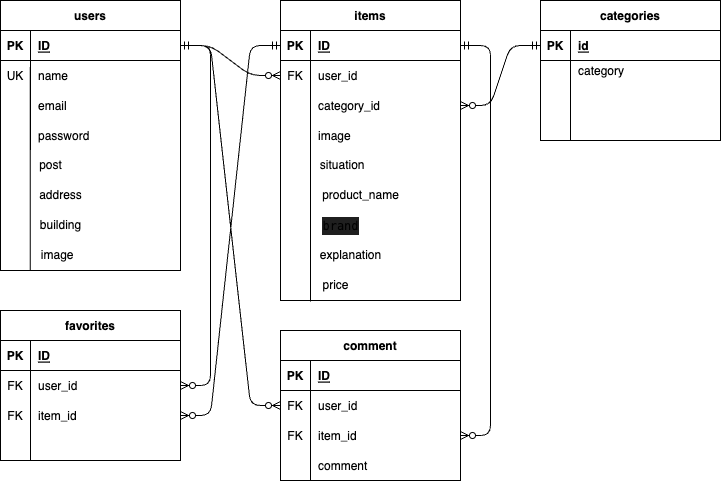
riechii/coachtech_furima keeps this draw.io diagram as src/public/image/index.drawio.png. Above is the earlier version. Source tidied: cells renumbered, new cells last; positions are measured from the earlier drawing's top-left corner, leaving out a move shared by most shapes.
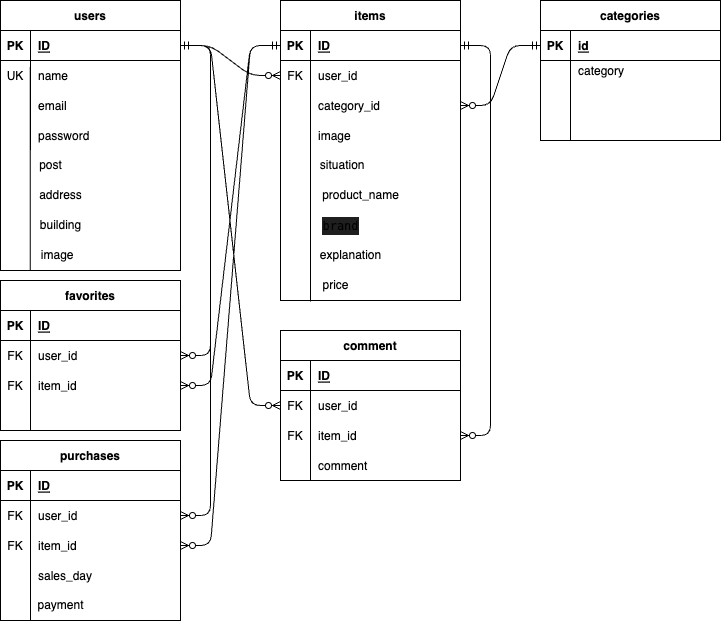
Above is the later version.

What changed in the source:
```diff
@@ -138,7 +138,7 @@
       <mxGeometry x="30" width="150" height="30" as="geometry" />
     </mxCell>
     <mxCell id="47" value="favorites" style="shape=table;startSize=30;rowLines=0;fontStyle=1;align=center;" parent="1" vertex="1">
-      <mxGeometry y="310" width="180" height="150" as="geometry" />
+      <mxGeometry y="280" width="180" height="150" as="geometry" />
     </mxCell>
     <mxCell id="48" style="shape=tableRow;horizontal=0;startSize=0;swimlaneHead=0;swimlaneBody=0;fillColor=none;top=0;left=0;right=0;bottom=1;" parent="47" vertex="1">
       <mxGeometry y="30" width="180" height="30" as="geometry" />
@@ -250,5 +250,58 @@
     <mxCell id="83" style="edgeStyle=entityRelationEdgeStyle;fontSize=12;html=1;endArrow=ERzeroToMany;startArrow=ERmandOne;exitX=1;exitY=0.5;exitDx=0;exitDy=0;entryX=0;entryY=0.5;entryDx=0;entryDy=0;" parent="1" edge="1" source="3" target="38">
       <mxGeometry relative="1" as="geometry" />
     </mxCell>
+    <mxCell id="84" value="purchases" style="shape=table;startSize=30;rowLines=0;fontStyle=1;align=center;" parent="1" vertex="1">
+      <mxGeometry y="440" width="180" height="180" as="geometry" />
+    </mxCell>
+    <mxCell id="85" style="shape=tableRow;horizontal=0;startSize=0;swimlaneHead=0;swimlaneBody=0;fillColor=none;points=[[0,0.5],[1,0.5]];portConstraint=eastwest;top=0;left=0;right=0;bottom=1;" parent="84" vertex="1">
+      <mxGeometry y="30" width="180" height="30" as="geometry" />
+    </mxCell>
+    <mxCell id="86" value="PK" style="shape=partialRectangle;fillColor=none;top=0;left=0;bottom=0;right=0;fontStyle=1;overflow=hidden;" parent="85" vertex="1">
+      <mxGeometry width="30" height="30" as="geometry" />
+    </mxCell>
+    <mxCell id="87" value="ID" style="shape=partialRectangle;fillColor=none;top=0;left=0;bottom=0;right=0;align=left;spacingLeft=6;fontStyle=5;overflow=hidden;" parent="85" vertex="1">
+      <mxGeometry x="30" width="150" height="30" as="geometry" />
+    </mxCell>
+    <mxCell id="88" style="shape=tableRow;horizontal=0;startSize=0;swimlaneHead=0;swimlaneBody=0;fillColor=none;points=[[0,0.5],[1,0.5]];portConstraint=eastwest;top=0;left=0;right=0;bottom=0;" parent="84" vertex="1">
+      <mxGeometry y="60" width="180" height="30" as="geometry" />
+    </mxCell>
+    <mxCell id="89" value="FK" style="shape=partialRectangle;fillColor=none;top=0;left=0;bottom=0;right=0;overflow=hidden;" parent="88" vertex="1">
+      <mxGeometry width="30" height="30" as="geometry" />
+    </mxCell>
+    <mxCell id="90" value="user_id" style="shape=partialRectangle;fillColor=none;top=0;left=0;bottom=0;right=0;align=left;spacingLeft=6;overflow=hidden;" parent="88" vertex="1">
+      <mxGeometry x="30" width="150" height="30" as="geometry" />
+    </mxCell>
+    <mxCell id="91" style="shape=tableRow;horizontal=0;startSize=0;swimlaneHead=0;swimlaneBody=0;fillColor=none;points=[[0,0.5],[1,0.5]];portConstraint=eastwest;top=0;left=0;right=0;bottom=0;" parent="84" vertex="1">
+      <mxGeometry y="90" width="180" height="30" as="geometry" />
+    </mxCell>
+    <mxCell id="92" value="FK" style="shape=partialRectangle;fillColor=none;top=0;left=0;bottom=0;right=0;overflow=hidden;" parent="91" vertex="1">
+      <mxGeometry width="30" height="30" as="geometry" />
+    </mxCell>
+    <mxCell id="93" value="item_id" style="shape=partialRectangle;fillColor=none;top=0;left=0;bottom=0;right=0;align=left;spacingLeft=6;overflow=hidden;" parent="91" vertex="1">
+      <mxGeometry x="30" width="150" height="30" as="geometry" />
+    </mxCell>
+    <mxCell id="94" style="shape=tableRow;horizontal=0;startSize=0;swimlaneHead=0;swimlaneBody=0;fillColor=none;top=0;left=0;right=0;bottom=0;" parent="84" vertex="1">
+      <mxGeometry y="120" width="180" height="30" as="geometry" />
+    </mxCell>
+    <mxCell id="95" style="shape=partialRectangle;fillColor=none;top=0;left=0;bottom=0;right=0;overflow=hidden;" parent="94" vertex="1">
+      <mxGeometry width="30" height="30" as="geometry" />
+    </mxCell>
+    <mxCell id="96" value="sales_day" style="shape=partialRectangle;fillColor=none;top=0;left=0;bottom=0;right=0;align=left;spacingLeft=6;overflow=hidden;" parent="94" vertex="1">
+      <mxGeometry x="30" width="150" height="30" as="geometry" />
+    </mxCell>
+    <mxCell id="97" style="edgeStyle=entityRelationEdgeStyle;fontSize=12;html=1;endArrow=ERzeroToMany;startArrow=ERmandOne;entryX=1;entryY=0.5;entryDx=0;entryDy=0;exitX=1;exitY=0.5;exitDx=0;exitDy=0;" parent="1" edge="1" source="3" target="88">
+      <mxGeometry relative="1" as="geometry" />
+    </mxCell>
+    <mxCell id="98" style="edgeStyle=entityRelationEdgeStyle;fontSize=12;html=1;endArrow=ERzeroToMany;startArrow=ERmandOne;entryX=1;entryY=0.5;entryDx=0;entryDy=0;exitX=0;exitY=0.5;exitDx=0;exitDy=0;" parent="1" edge="1" source="16" target="91">
+      <mxGeometry relative="1" as="geometry" />
+    </mxCell>
+    <mxCell id="99" value="payment" style="text;html=1;align=center;verticalAlign=middle;strokeColor=none;fillColor=none;" parent="1" vertex="1">
+      <mxGeometry x="25" y="590" width="70" height="30" as="geometry" />
+    </mxCell>
+    <mxCell id="100" style="endArrow=none;html=1;rounded=0;exitX=0.166;exitY=0.031;exitDx=0;exitDy=0;exitPerimeter=0;" parent="1" edge="1" source="85">
+      <mxGeometry relative="1" as="geometry">
+        <mxPoint x="30" y="620" as="targetPoint" />
+      </mxGeometry>
+    </mxCell>
   </root>
 </mxGraphModel>
```
